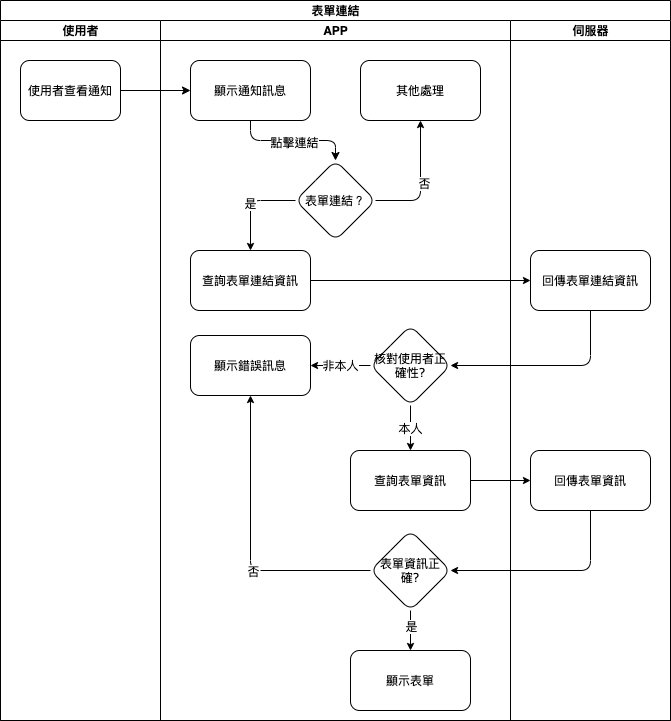
The draw.io diagram 8.10.0/UPDATE/ITEM_2/MAE/image/workflow_formlink.png in ArcareRD/sadocs, before a commit. Source tidied: cells renumbered, new cells last; positions are measured from the earlier drawing's top-left corner, leaving out a move shared by most shapes. The source it was exported from:
```xml
<mxGraphModel background="#ffffff">
  <root>
    <mxCell id="0" />
    <mxCell id="1" parent="0" />
    <mxCell id="2" value="表單連結" style="swimlane;html=1;startSize=20;rounded=0;shadow=0;labelBackgroundColor=none;strokeWidth=1;fontFamily=Verdana;fontSize=8;align=center;" parent="1" vertex="1">
      <mxGeometry width="670" height="720" as="geometry" />
    </mxCell>
    <mxCell id="3" value="使用者" style="swimlane;html=1;startSize=20;" parent="2" vertex="1">
      <mxGeometry y="20" width="160" height="700" as="geometry" />
    </mxCell>
    <mxCell id="4" value="使用者查看通知" style="rounded=1;whiteSpace=wrap;html=1;shadow=0;labelBackgroundColor=none;strokeWidth=1;fontFamily=Verdana;fontSize=8;align=center;" parent="3" vertex="1">
      <mxGeometry x="20" y="40" width="100" height="60" as="geometry" />
    </mxCell>
    <mxCell id="5" value="APP" style="swimlane;html=1;startSize=20;" parent="2" vertex="1">
      <mxGeometry x="160" y="20" width="350" height="700" as="geometry" />
    </mxCell>
    <mxCell id="6" value="表單連結？" style="rhombus;whiteSpace=wrap;html=1;rounded=1;shadow=0;fontFamily=Verdana;fontSize=8;strokeWidth=1;" parent="5" vertex="1">
      <mxGeometry x="135" y="140" width="80" height="80" as="geometry" />
    </mxCell>
    <mxCell id="7" value="查詢表單連結資訊" style="whiteSpace=wrap;html=1;rounded=1;shadow=0;fontFamily=Verdana;fontSize=8;strokeWidth=1;" parent="5" vertex="1">
      <mxGeometry x="30" y="230" width="120" height="60" as="geometry" />
    </mxCell>
    <mxCell id="8" value="是" style="edgeStyle=orthogonalEdgeStyle;rounded=1;jettySize=auto;html=1;startSize=5;endSize=5;exitX=0;exitY=0.5;exitDx=0;exitDy=0;" parent="5" edge="1" source="6" target="7">
      <mxGeometry relative="1" as="geometry" />
    </mxCell>
    <mxCell id="9" value="非本人" style="edgeStyle=orthogonalEdgeStyle;rounded=1;jettySize=auto;html=1;exitX=0;exitY=0.5;exitDx=0;exitDy=0;startSize=5;endSize=5;" parent="5" edge="1" source="10" target="11">
      <mxGeometry relative="1" as="geometry" />
    </mxCell>
    <mxCell id="10" value="核對使用者正確性?" style="rhombus;whiteSpace=wrap;html=1;rounded=1;shadow=0;fontFamily=Verdana;fontSize=8;strokeWidth=1;" parent="5" vertex="1">
      <mxGeometry x="210" y="305" width="80" height="80" as="geometry" />
    </mxCell>
    <mxCell id="11" value="顯示錯誤訊息" style="whiteSpace=wrap;html=1;rounded=1;shadow=0;fontFamily=Verdana;fontSize=8;strokeWidth=1;" parent="5" vertex="1">
      <mxGeometry x="30" y="315" width="120" height="60" as="geometry" />
    </mxCell>
    <mxCell id="12" value="查詢表單資訊" style="whiteSpace=wrap;html=1;rounded=1;shadow=0;fontFamily=Verdana;fontSize=8;strokeWidth=1;" parent="5" vertex="1">
      <mxGeometry x="190" y="430" width="120" height="60" as="geometry" />
    </mxCell>
    <mxCell id="13" value="本人" style="edgeStyle=orthogonalEdgeStyle;rounded=1;jettySize=auto;html=1;startSize=5;endSize=5;" parent="5" edge="1" source="10" target="12">
      <mxGeometry relative="1" as="geometry">
        <Array as="points">
          <mxPoint x="250" y="430" />
        </Array>
      </mxGeometry>
    </mxCell>
    <mxCell id="14" value="表單資訊正確?" style="rhombus;whiteSpace=wrap;html=1;rounded=1;shadow=0;fontFamily=Verdana;fontSize=8;strokeWidth=1;" parent="5" vertex="1">
      <mxGeometry x="210" y="510" width="80" height="80" as="geometry" />
    </mxCell>
    <mxCell id="15" value="顯示表單" style="whiteSpace=wrap;html=1;rounded=1;shadow=0;fontFamily=Verdana;fontSize=8;strokeWidth=1;" parent="5" vertex="1">
      <mxGeometry x="190" y="630" width="120" height="60" as="geometry" />
    </mxCell>
    <mxCell id="16" style="edgeStyle=orthogonalEdgeStyle;rounded=1;jettySize=auto;html=1;startSize=5;endSize=5;" parent="5" edge="1" source="14" target="15">
      <mxGeometry relative="1" as="geometry" />
    </mxCell>
    <mxCell id="17" value="是" style="edgeLabel;html=1;align=center;verticalAlign=middle;" parent="16" vertex="1">
      <mxGeometry x="-0.25" relative="1" as="geometry" />
    </mxCell>
    <mxCell id="18" style="edgeStyle=orthogonalEdgeStyle;rounded=1;jettySize=auto;html=1;startSize=5;endSize=5;entryX=0.5;entryY=1;entryDx=0;entryDy=0;" parent="5" edge="1" source="14" target="11">
      <mxGeometry relative="1" as="geometry" />
    </mxCell>
    <mxCell id="19" value="否" style="edgeLabel;html=1;align=center;verticalAlign=middle;" parent="18" vertex="1">
      <mxGeometry x="-0.2" relative="1" as="geometry" />
    </mxCell>
    <mxCell id="20" value="其他處理" style="whiteSpace=wrap;html=1;rounded=1;shadow=0;fontFamily=Verdana;fontSize=8;strokeWidth=1;" parent="5" vertex="1">
      <mxGeometry x="200" y="40" width="120" height="60" as="geometry" />
    </mxCell>
    <mxCell id="21" style="edgeStyle=orthogonalEdgeStyle;rounded=1;jettySize=auto;html=1;startSize=5;endSize=5;exitX=1;exitY=0.5;exitDx=0;exitDy=0;" parent="5" edge="1" source="6" target="20">
      <mxGeometry relative="1" as="geometry" />
    </mxCell>
    <mxCell id="22" value="否" style="edgeLabel;html=1;align=center;verticalAlign=middle;" parent="21" vertex="1">
      <mxGeometry y="-3" relative="1" as="geometry" />
    </mxCell>
    <mxCell id="23" style="edgeStyle=orthogonalEdgeStyle;rounded=1;jettySize=auto;html=1;exitX=0.5;exitY=1;exitDx=0;exitDy=0;" parent="5" edge="1" source="25" target="6">
      <mxGeometry relative="1" as="geometry" />
    </mxCell>
    <mxCell id="24" value="點擊連結" style="edgeLabel;html=1;align=center;verticalAlign=middle;" parent="23" vertex="1">
      <mxGeometry x="0.01" y="-1" relative="1" as="geometry" />
    </mxCell>
    <mxCell id="25" value="顯示通知訊息" style="whiteSpace=wrap;html=1;rounded=1;shadow=0;fontFamily=Verdana;fontSize=8;strokeWidth=1;" parent="5" vertex="1">
      <mxGeometry x="30" y="40" width="120" height="60" as="geometry" />
    </mxCell>
    <mxCell id="26" value="伺服器" style="swimlane;html=1;startSize=20;" parent="2" vertex="1">
      <mxGeometry x="510" y="20" width="160" height="700" as="geometry" />
    </mxCell>
    <mxCell id="27" value="回傳表單連結資訊" style="whiteSpace=wrap;html=1;rounded=1;shadow=0;fontFamily=Verdana;fontSize=8;strokeWidth=1;" parent="26" vertex="1">
      <mxGeometry x="20" y="230" width="120" height="60" as="geometry" />
    </mxCell>
    <mxCell id="28" value="回傳表單資訊" style="whiteSpace=wrap;html=1;rounded=1;shadow=0;fontFamily=Verdana;fontSize=8;strokeWidth=1;" parent="26" vertex="1">
      <mxGeometry x="20" y="430" width="120" height="60" as="geometry" />
    </mxCell>
    <mxCell id="29" style="edgeStyle=orthogonalEdgeStyle;rounded=1;jettySize=auto;html=1;startSize=5;endSize=5;" parent="2" edge="1" source="7" target="27">
      <mxGeometry relative="1" as="geometry" />
    </mxCell>
    <mxCell id="30" style="edgeStyle=orthogonalEdgeStyle;rounded=1;jettySize=auto;html=1;startSize=5;endSize=5;" parent="2" edge="1" source="27" target="10">
      <mxGeometry relative="1" as="geometry">
        <Array as="points">
          <mxPoint x="590" y="365" />
        </Array>
      </mxGeometry>
    </mxCell>
    <mxCell id="31" style="edgeStyle=orthogonalEdgeStyle;rounded=1;jettySize=auto;html=1;startSize=5;endSize=5;" parent="2" edge="1" source="12" target="28">
      <mxGeometry relative="1" as="geometry" />
    </mxCell>
    <mxCell id="32" style="edgeStyle=orthogonalEdgeStyle;rounded=1;jettySize=auto;html=1;startSize=5;endSize=5;" parent="2" edge="1" source="28" target="14">
      <mxGeometry relative="1" as="geometry">
        <Array as="points">
          <mxPoint x="590" y="570" />
        </Array>
      </mxGeometry>
    </mxCell>
    <mxCell id="33" style="edgeStyle=orthogonalEdgeStyle;rounded=0;jettySize=auto;html=1;" parent="2" edge="1" source="4" target="25">
      <mxGeometry relative="1" as="geometry" />
    </mxCell>
  </root>
</mxGraphModel>
```
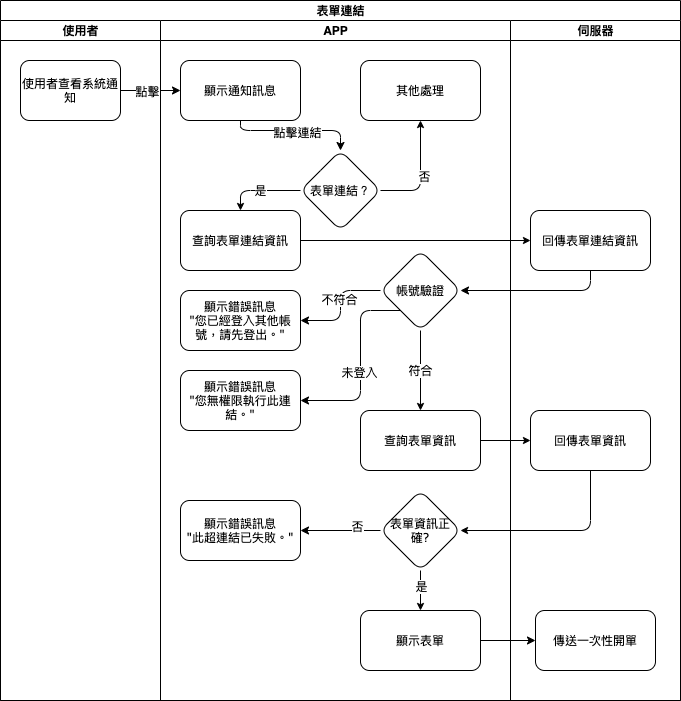
After the change.

Diff of the diagram source:
```diff
@@ -3,39 +3,44 @@
     <mxCell id="0" />
     <mxCell id="1" parent="0" />
     <mxCell id="2" value="表單連結" style="swimlane;html=1;startSize=20;rounded=0;shadow=0;labelBackgroundColor=none;strokeWidth=1;fontFamily=Verdana;fontSize=8;align=center;" parent="1" vertex="1">
-      <mxGeometry width="670" height="720" as="geometry" />
+      <mxGeometry width="680" height="700" as="geometry" />
     </mxCell>
     <mxCell id="3" value="使用者" style="swimlane;html=1;startSize=20;" parent="2" vertex="1">
-      <mxGeometry y="20" width="160" height="700" as="geometry" />
+      <mxGeometry y="20" width="160" height="680" as="geometry" />
     </mxCell>
-    <mxCell id="4" value="使用者查看通知" style="rounded=1;whiteSpace=wrap;html=1;shadow=0;labelBackgroundColor=none;strokeWidth=1;fontFamily=Verdana;fontSize=8;align=center;" parent="3" vertex="1">
+    <mxCell id="4" value="使用者查看系統通知" style="rounded=1;whiteSpace=wrap;html=1;shadow=0;labelBackgroundColor=none;strokeWidth=1;fontFamily=Verdana;fontSize=8;align=center;" parent="3" vertex="1">
       <mxGeometry x="20" y="40" width="100" height="60" as="geometry" />
     </mxCell>
     <mxCell id="5" value="APP" style="swimlane;html=1;startSize=20;" parent="2" vertex="1">
-      <mxGeometry x="160" y="20" width="350" height="700" as="geometry" />
+      <mxGeometry x="160" y="20" width="350" height="680" as="geometry" />
     </mxCell>
     <mxCell id="6" value="表單連結？" style="rhombus;whiteSpace=wrap;html=1;rounded=1;shadow=0;fontFamily=Verdana;fontSize=8;strokeWidth=1;" parent="5" vertex="1">
-      <mxGeometry x="135" y="140" width="80" height="80" as="geometry" />
+      <mxGeometry x="140" y="130" width="80" height="80" as="geometry" />
     </mxCell>
     <mxCell id="7" value="查詢表單連結資訊" style="whiteSpace=wrap;html=1;rounded=1;shadow=0;fontFamily=Verdana;fontSize=8;strokeWidth=1;" parent="5" vertex="1">
-      <mxGeometry x="30" y="230" width="120" height="60" as="geometry" />
+      <mxGeometry x="20" y="190" width="120" height="60" as="geometry" />
     </mxCell>
-    <mxCell id="8" value="是" style="edgeStyle=orthogonalEdgeStyle;rounded=1;jettySize=auto;html=1;startSize=5;endSize=5;exitX=0;exitY=0.5;exitDx=0;exitDy=0;" parent="5" edge="1" source="6" target="7">
+    <mxCell id="8" value="是" style="edgeStyle=orthogonalEdgeStyle;rounded=1;jettySize=auto;html=1;startSize=5;endSize=5;exitX=0;exitY=0.5;exitDx=0;exitDy=0;entryX=0.5;entryY=0;entryDx=0;entryDy=0;" parent="5" edge="1" source="6" target="7">
       <mxGeometry relative="1" as="geometry" />
     </mxCell>
-    <mxCell id="9" value="非本人" style="edgeStyle=orthogonalEdgeStyle;rounded=1;jettySize=auto;html=1;exitX=0;exitY=0.5;exitDx=0;exitDy=0;startSize=5;endSize=5;" parent="5" edge="1" source="10" target="11">
-      <mxGeometry relative="1" as="geometry" />
-    </mxCell>
+    <mxCell id="34" style="edgeStyle=orthogonalEdgeStyle;rounded=1;jettySize=auto;html=1;exitX=0;exitY=1;exitDx=0;exitDy=0;entryX=1;entryY=0.5;entryDx=0;entryDy=0;" parent="5" edge="1" source="10" target="39">
+      <mxGeometry relative="1" as="geometry">
+        <Array as="points">
+          <mxPoint x="200" y="290" />
+          <mxPoint x="200" y="380" />
+        </Array>
+      </mxGeometry>
+    </mxCell>
+    <mxCell id="35" value="未登入" style="edgeLabel;html=1;align=center;verticalAlign=middle;" parent="34" vertex="1">
+      <mxGeometry x="0.06" y="-2" relative="1" as="geometry" />
+    </mxCell>
-    <mxCell id="10" value="核對使用者正確性?" style="rhombus;whiteSpace=wrap;html=1;rounded=1;shadow=0;fontFamily=Verdana;fontSize=8;strokeWidth=1;" parent="5" vertex="1">
-      <mxGeometry x="210" y="305" width="80" height="80" as="geometry" />
+    <mxCell id="10" value="帳號驗證" style="rhombus;whiteSpace=wrap;html=1;rounded=1;shadow=0;fontFamily=Verdana;fontSize=8;strokeWidth=1;" parent="5" vertex="1">
+      <mxGeometry x="220" y="230" width="80" height="80" as="geometry" />
     </mxCell>
-    <mxCell id="11" value="顯示錯誤訊息" style="whiteSpace=wrap;html=1;rounded=1;shadow=0;fontFamily=Verdana;fontSize=8;strokeWidth=1;" parent="5" vertex="1">
-      <mxGeometry x="30" y="315" width="120" height="60" as="geometry" />
-    </mxCell>
     <mxCell id="12" value="查詢表單資訊" style="whiteSpace=wrap;html=1;rounded=1;shadow=0;fontFamily=Verdana;fontSize=8;strokeWidth=1;" parent="5" vertex="1">
-      <mxGeometry x="190" y="430" width="120" height="60" as="geometry" />
+      <mxGeometry x="200" y="390" width="120" height="60" as="geometry" />
     </mxCell>
-    <mxCell id="13" value="本人" style="edgeStyle=orthogonalEdgeStyle;rounded=1;jettySize=auto;html=1;startSize=5;endSize=5;" parent="5" edge="1" source="10" target="12">
+    <mxCell id="13" value="符合" style="edgeStyle=orthogonalEdgeStyle;rounded=1;jettySize=auto;html=1;startSize=5;endSize=5;" parent="5" edge="1" source="10" target="12">
       <mxGeometry relative="1" as="geometry">
         <Array as="points">
           <mxPoint x="250" y="430" />
@@ -43,10 +48,10 @@
       </mxGeometry>
     </mxCell>
     <mxCell id="14" value="表單資訊正確?" style="rhombus;whiteSpace=wrap;html=1;rounded=1;shadow=0;fontFamily=Verdana;fontSize=8;strokeWidth=1;" parent="5" vertex="1">
-      <mxGeometry x="210" y="510" width="80" height="80" as="geometry" />
+      <mxGeometry x="220" y="470" width="80" height="80" as="geometry" />
     </mxCell>
     <mxCell id="15" value="顯示表單" style="whiteSpace=wrap;html=1;rounded=1;shadow=0;fontFamily=Verdana;fontSize=8;strokeWidth=1;" parent="5" vertex="1">
-      <mxGeometry x="190" y="630" width="120" height="60" as="geometry" />
+      <mxGeometry x="200" y="590" width="120" height="60" as="geometry" />
     </mxCell>
     <mxCell id="16" style="edgeStyle=orthogonalEdgeStyle;rounded=1;jettySize=auto;html=1;startSize=5;endSize=5;" parent="5" edge="1" source="14" target="15">
       <mxGeometry relative="1" as="geometry" />
@@ -54,12 +59,6 @@
     <mxCell id="17" value="是" style="edgeLabel;html=1;align=center;verticalAlign=middle;" parent="16" vertex="1">
       <mxGeometry x="-0.25" relative="1" as="geometry" />
     </mxCell>
-    <mxCell id="18" style="edgeStyle=orthogonalEdgeStyle;rounded=1;jettySize=auto;html=1;startSize=5;endSize=5;entryX=0.5;entryY=1;entryDx=0;entryDy=0;" parent="5" edge="1" source="14" target="11">
-      <mxGeometry relative="1" as="geometry" />
-    </mxCell>
-    <mxCell id="19" value="否" style="edgeLabel;html=1;align=center;verticalAlign=middle;" parent="18" vertex="1">
-      <mxGeometry x="-0.2" relative="1" as="geometry" />
-    </mxCell>
     <mxCell id="20" value="其他處理" style="whiteSpace=wrap;html=1;rounded=1;shadow=0;fontFamily=Verdana;fontSize=8;strokeWidth=1;" parent="5" vertex="1">
       <mxGeometry x="200" y="40" width="120" height="60" as="geometry" />
     </mxCell>
@@ -70,45 +69,76 @@
       <mxGeometry y="-3" relative="1" as="geometry" />
     </mxCell>
     <mxCell id="23" style="edgeStyle=orthogonalEdgeStyle;rounded=1;jettySize=auto;html=1;exitX=0.5;exitY=1;exitDx=0;exitDy=0;" parent="5" edge="1" source="25" target="6">
-      <mxGeometry relative="1" as="geometry" />
+      <mxGeometry relative="1" as="geometry">
+        <Array as="points">
+          <mxPoint x="80" y="110" />
+          <mxPoint x="180" y="110" />
+        </Array>
+      </mxGeometry>
     </mxCell>
     <mxCell id="24" value="點擊連結" style="edgeLabel;html=1;align=center;verticalAlign=middle;" parent="23" vertex="1">
       <mxGeometry x="0.01" y="-1" relative="1" as="geometry" />
     </mxCell>
     <mxCell id="25" value="顯示通知訊息" style="whiteSpace=wrap;html=1;rounded=1;shadow=0;fontFamily=Verdana;fontSize=8;strokeWidth=1;" parent="5" vertex="1">
-      <mxGeometry x="30" y="40" width="120" height="60" as="geometry" />
+      <mxGeometry x="20" y="40" width="120" height="60" as="geometry" />
     </mxCell>
+    <mxCell id="36" value="顯示錯誤訊息&lt;br&gt;&quot;您已經登入其他帳號，請先登出。&quot;" style="whiteSpace=wrap;html=1;rounded=1;shadow=0;fontFamily=Verdana;fontSize=8;strokeWidth=1;" parent="5" vertex="1">
+      <mxGeometry x="20" y="270" width="120" height="60" as="geometry" />
+    </mxCell>
+    <mxCell id="37" style="edgeStyle=orthogonalEdgeStyle;rounded=1;jettySize=auto;html=1;" parent="5" edge="1" source="10" target="36">
+      <mxGeometry relative="1" as="geometry" />
+    </mxCell>
+    <mxCell id="38" value="不符合" style="edgeLabel;html=1;align=center;verticalAlign=middle;" parent="37" vertex="1">
+      <mxGeometry x="-0.12" y="-2" relative="1" as="geometry" />
+    </mxCell>
+    <mxCell id="39" value="顯示錯誤訊息&lt;br&gt;&quot;您無權限執行此連結。&quot;" style="whiteSpace=wrap;html=1;rounded=1;shadow=0;fontFamily=Verdana;fontSize=8;strokeWidth=1;" parent="5" vertex="1">
+      <mxGeometry x="20" y="350" width="120" height="60" as="geometry" />
+    </mxCell>
+    <mxCell id="40" value="顯示錯誤訊息&lt;br&gt;&quot;此超連結已失敗。&quot;" style="whiteSpace=wrap;html=1;rounded=1;shadow=0;fontFamily=Verdana;fontSize=8;strokeWidth=1;" parent="5" vertex="1">
+      <mxGeometry x="20" y="480" width="120" height="60" as="geometry" />
+    </mxCell>
+    <mxCell id="41" style="edgeStyle=orthogonalEdgeStyle;rounded=1;jettySize=auto;html=1;" parent="5" edge="1" source="14" target="40">
+      <mxGeometry relative="1" as="geometry" />
+    </mxCell>
+    <mxCell id="19" value="否" style="edgeLabel;html=1;align=center;verticalAlign=middle;" parent="41" vertex="1">
+      <mxGeometry x="-0.4" y="-5" relative="1" as="geometry" />
+    </mxCell>
     <mxCell id="26" value="伺服器" style="swimlane;html=1;startSize=20;" parent="2" vertex="1">
-      <mxGeometry x="510" y="20" width="160" height="700" as="geometry" />
+      <mxGeometry x="510" y="20" width="170" height="680" as="geometry" />
     </mxCell>
     <mxCell id="27" value="回傳表單連結資訊" style="whiteSpace=wrap;html=1;rounded=1;shadow=0;fontFamily=Verdana;fontSize=8;strokeWidth=1;" parent="26" vertex="1">
-      <mxGeometry x="20" y="230" width="120" height="60" as="geometry" />
+      <mxGeometry x="20" y="190" width="120" height="60" as="geometry" />
     </mxCell>
     <mxCell id="28" value="回傳表單資訊" style="whiteSpace=wrap;html=1;rounded=1;shadow=0;fontFamily=Verdana;fontSize=8;strokeWidth=1;" parent="26" vertex="1">
-      <mxGeometry x="20" y="430" width="120" height="60" as="geometry" />
+      <mxGeometry x="20" y="390" width="120" height="60" as="geometry" />
     </mxCell>
+    <mxCell id="42" value="傳送一次性開單" style="whiteSpace=wrap;html=1;rounded=1;shadow=0;fontFamily=Verdana;fontSize=8;strokeWidth=1;" parent="26" vertex="1">
+      <mxGeometry x="25" y="590" width="120" height="60" as="geometry" />
+    </mxCell>
     <mxCell id="29" style="edgeStyle=orthogonalEdgeStyle;rounded=1;jettySize=auto;html=1;startSize=5;endSize=5;" parent="2" edge="1" source="7" target="27">
       <mxGeometry relative="1" as="geometry" />
     </mxCell>
-    <mxCell id="30" style="edgeStyle=orthogonalEdgeStyle;rounded=1;jettySize=auto;html=1;startSize=5;endSize=5;" parent="2" edge="1" source="27" target="10">
-      <mxGeometry relative="1" as="geometry">
-        <Array as="points">
-          <mxPoint x="590" y="365" />
-        </Array>
-      </mxGeometry>
-    </mxCell>
     <mxCell id="31" style="edgeStyle=orthogonalEdgeStyle;rounded=1;jettySize=auto;html=1;startSize=5;endSize=5;" parent="2" edge="1" source="12" target="28">
       <mxGeometry relative="1" as="geometry" />
     </mxCell>
     <mxCell id="32" style="edgeStyle=orthogonalEdgeStyle;rounded=1;jettySize=auto;html=1;startSize=5;endSize=5;" parent="2" edge="1" source="28" target="14">
       <mxGeometry relative="1" as="geometry">
         <Array as="points">
-          <mxPoint x="590" y="570" />
+          <mxPoint x="590" y="530" />
         </Array>
       </mxGeometry>
     </mxCell>
     <mxCell id="33" style="edgeStyle=orthogonalEdgeStyle;rounded=0;jettySize=auto;html=1;" parent="2" edge="1" source="4" target="25">
       <mxGeometry relative="1" as="geometry" />
     </mxCell>
+    <mxCell id="43" value="點擊" style="edgeLabel;html=1;align=center;verticalAlign=middle;" parent="33" vertex="1">
+      <mxGeometry x="-0.13" relative="1" as="geometry" />
+    </mxCell>
+    <mxCell id="30" style="edgeStyle=orthogonalEdgeStyle;rounded=1;jettySize=auto;html=1;exitX=0.5;exitY=1;exitDx=0;exitDy=0;" parent="2" edge="1" source="27" target="10">
+      <mxGeometry relative="1" as="geometry" />
+    </mxCell>
+    <mxCell id="44" style="edgeStyle=orthogonalEdgeStyle;rounded=1;jettySize=auto;html=1;" parent="2" edge="1" source="15" target="42">
+      <mxGeometry relative="1" as="geometry" />
+    </mxCell>
   </root>
 </mxGraphModel>
```
